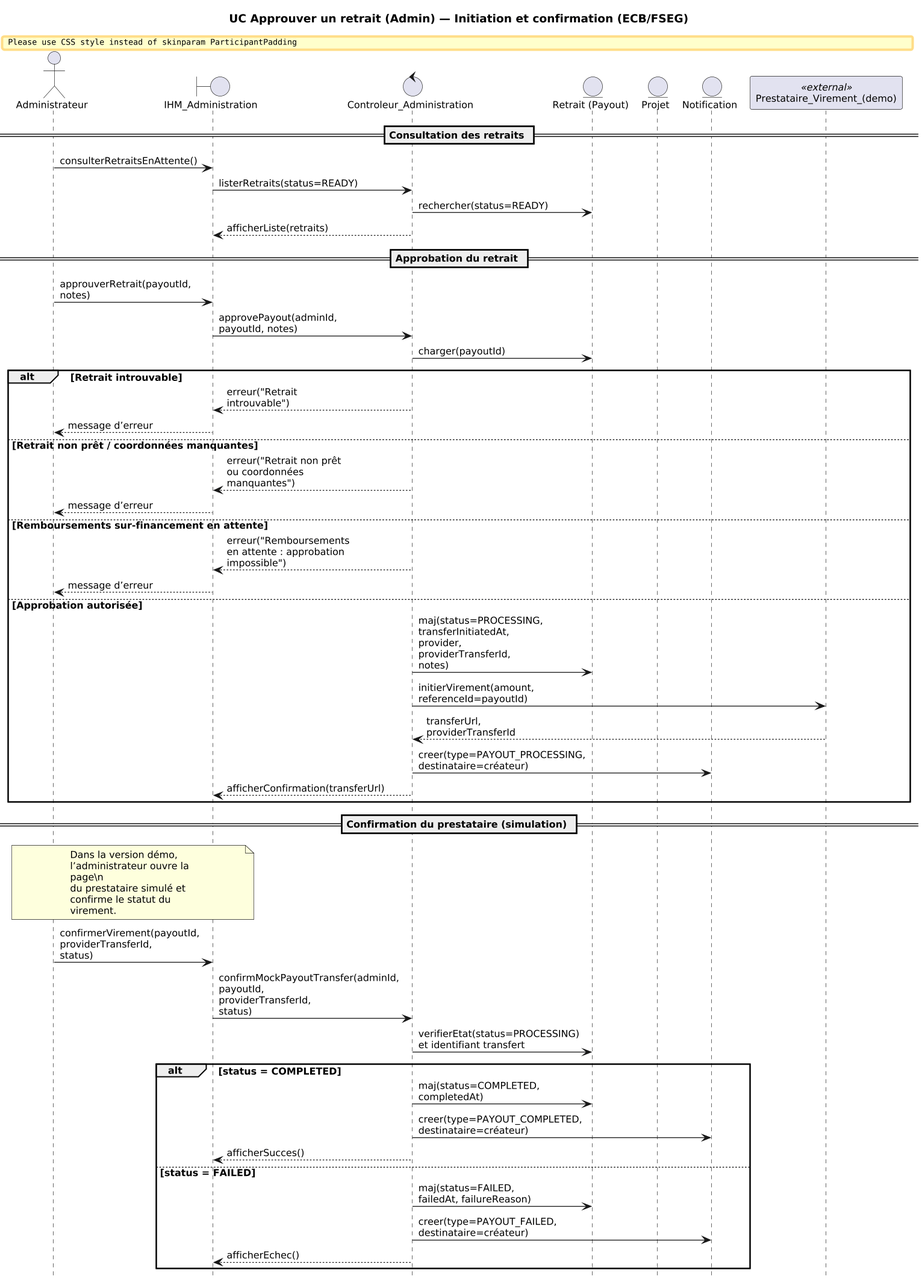
Before: rapport/images/sequence_diagram/approuver_retrait.png, a diagram exported from PlantUML (Gdoura44/crowdfunding). Its diagram source:
```plantuml
@startuml

hide footbox
skinparam shadowing false
skinparam defaultFontName "Times New Roman"
skinparam defaultFontSize 12
skinparam sequenceMessageAlign left
skinparam ParticipantPadding 10
skinparam BoxPadding 6
skinparam maxMessageSize 45
skinparam wrapWidth 150
skinparam dpi 150
scale 0.85

title UC Approuver un retrait (Admin) — Initiation et confirmation (ECB/FSEG)

actor "Administrateur" as A
boundary "IHM_Administration" as IHM
control "Controleur_Administration" as CA
entity "Retrait (Payout)" as R
entity "Projet" as P
entity "Notification" as N
participant "Prestataire_Virement_(demo)" as Bank <<external>>

== Consultation des retraits ==
A -> IHM : consulterRetraitsEnAttente()
IHM -> CA : listerRetraits(status=READY)
CA -> R : rechercher(status=READY)
CA --> IHM : afficherListe(retraits)

== Approbation du retrait ==
A -> IHM : approuverRetrait(payoutId, notes)
IHM -> CA : approvePayout(adminId, payoutId, notes)

CA -> R : charger(payoutId)
alt Retrait introuvable
  CA --> IHM : erreur("Retrait introuvable")
  IHM --> A : message d’erreur
else Retrait non prêt / coordonnées manquantes
  CA --> IHM : erreur("Retrait non prêt ou coordonnées manquantes")
  IHM --> A : message d’erreur
else Remboursements sur-financement en attente
  CA --> IHM : erreur("Remboursements en attente : approbation impossible")
  IHM --> A : message d’erreur
else Approbation autorisée
  CA -> R : maj(status=PROCESSING, transferInitiatedAt, provider, providerTransferId, notes)
  CA -> Bank : initierVirement(amount, referenceId=payoutId)
  Bank --> CA : transferUrl, providerTransferId
  CA -> N : creer(type=PAYOUT_PROCESSING, destinataire=créateur)
  CA --> IHM : afficherConfirmation(transferUrl)
end

== Confirmation du prestataire (simulation) ==
note over A,IHM
Dans la version démo, l’administrateur ouvre la page\n
du prestataire simulé et confirme le statut du virement.
end note

A -> IHM : confirmerVirement(payoutId, providerTransferId, status)
IHM -> CA : confirmMockPayoutTransfer(adminId, payoutId, providerTransferId, status)
CA -> R : verifierEtat(status=PROCESSING) et identifiant transfert

alt status = COMPLETED
  CA -> R : maj(status=COMPLETED, completedAt)
  CA -> N : creer(type=PAYOUT_COMPLETED, destinataire=créateur)
  CA --> IHM : afficherSucces()
else status = FAILED
  CA -> R : maj(status=FAILED, failedAt, failureReason)
  CA -> N : creer(type=PAYOUT_FAILED, destinataire=créateur)
  CA --> IHM : afficherEchec()
end
@enduml
```
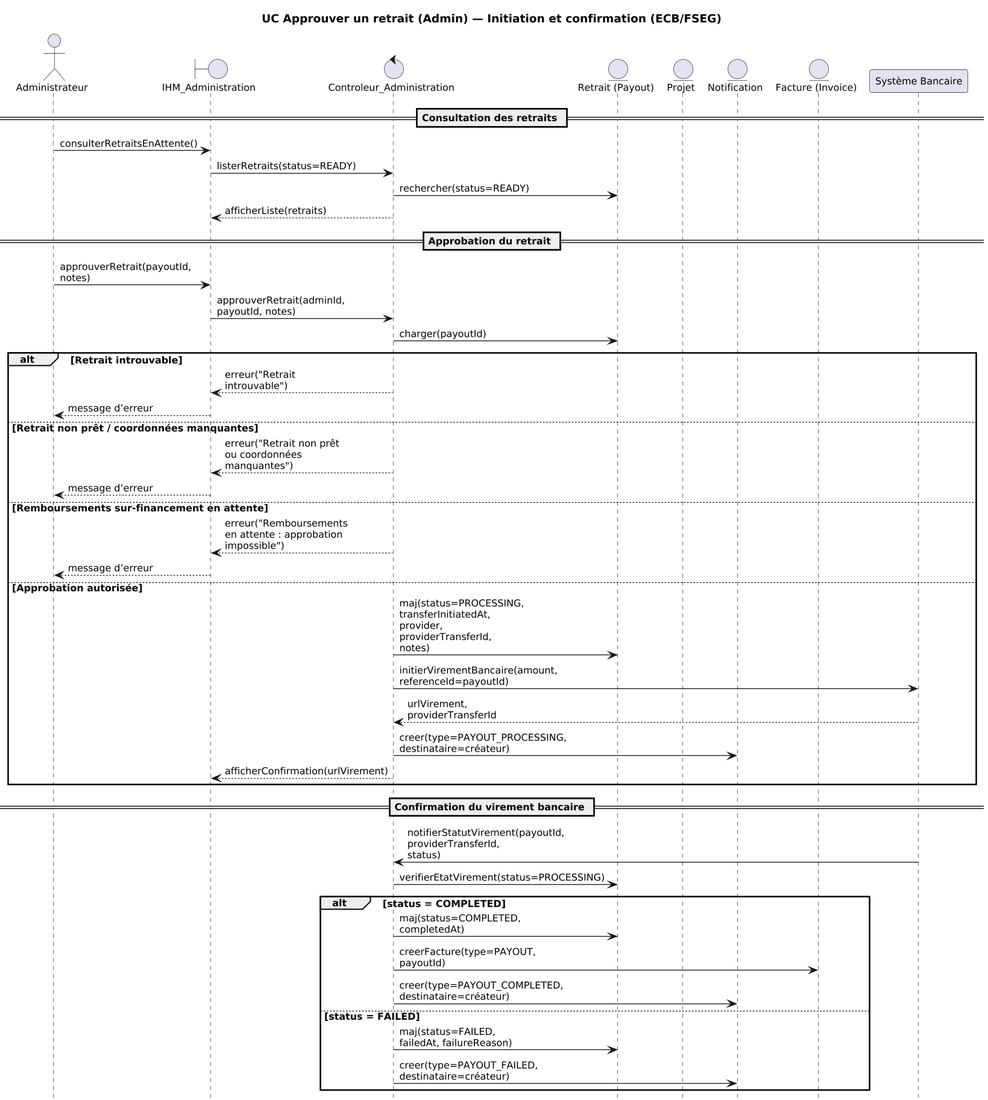
After the change.

What changed in the source:
```diff
@@ -5,8 +5,6 @@
 skinparam defaultFontName "Times New Roman"
 skinparam defaultFontSize 12
 skinparam sequenceMessageAlign left
-skinparam ParticipantPadding 10
-skinparam BoxPadding 6
 skinparam maxMessageSize 45
 skinparam wrapWidth 150
 skinparam dpi 150
@@ -20,7 +18,8 @@
 entity "Retrait (Payout)" as R
 entity "Projet" as P
 entity "Notification" as N
-participant "Prestataire_Virement_(demo)" as Bank <<external>>
+entity "Facture (Invoice)" as Inv
+participant "Système Bancaire" as Bank
 
 == Consultation des retraits ==
 A -> IHM : consulterRetraitsEnAttente()
@@ -30,7 +29,7 @@
 
 == Approbation du retrait ==
 A -> IHM : approuverRetrait(payoutId, notes)
-IHM -> CA : approvePayout(adminId, payoutId, notes)
+IHM -> CA : approuverRetrait(adminId, payoutId, notes)
 
 CA -> R : charger(payoutId)
 alt Retrait introuvable
@@ -44,29 +43,22 @@
   IHM --> A : message d’erreur
 else Approbation autorisée
   CA -> R : maj(status=PROCESSING, transferInitiatedAt, provider, providerTransferId, notes)
-  CA -> Bank : initierVirement(amount, referenceId=payoutId)
-  Bank --> CA : transferUrl, providerTransferId
+  CA -> Bank : initierVirementBancaire(amount, referenceId=payoutId)
+  Bank --> CA : urlVirement, providerTransferId
   CA -> N : creer(type=PAYOUT_PROCESSING, destinataire=créateur)
-  CA --> IHM : afficherConfirmation(transferUrl)
+  CA --> IHM : afficherConfirmation(urlVirement)
 end
 
-== Confirmation du prestataire (simulation) ==
-note over A,IHM
-Dans la version démo, l’administrateur ouvre la page\n
-du prestataire simulé et confirme le statut du virement.
-end note
-
-A -> IHM : confirmerVirement(payoutId, providerTransferId, status)
-IHM -> CA : confirmMockPayoutTransfer(adminId, payoutId, providerTransferId, status)
-CA -> R : verifierEtat(status=PROCESSING) et identifiant transfert
+== Confirmation du virement bancaire ==
+Bank -> CA : notifierStatutVirement(payoutId, providerTransferId, status)
+CA -> R : verifierEtatVirement(status=PROCESSING)
 
 alt status = COMPLETED
   CA -> R : maj(status=COMPLETED, completedAt)
+  CA -> Inv : creerFacture(type=PAYOUT, payoutId)
   CA -> N : creer(type=PAYOUT_COMPLETED, destinataire=créateur)
-  CA --> IHM : afficherSucces()
 else status = FAILED
   CA -> R : maj(status=FAILED, failedAt, failureReason)
   CA -> N : creer(type=PAYOUT_FAILED, destinataire=créateur)
-  CA --> IHM : afficherEchec()
 end
 @enduml
```
